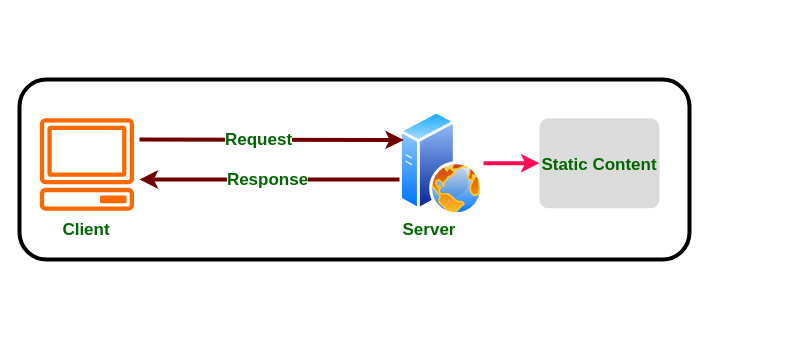
Dhruv9066/Assignment keeps this draw.io diagram as page "Servlet" (3 of 3) of AWS.drawio. Above is the earlier version. Source tidied: cells renumbered, new cells numbered last; positions are measured from the earlier drawing's top-left corner, leaving out a move shared by most shapes. Both pictures are drawn from the tidied source at 100%, with x=0, y=0 at pixel (19, 79).
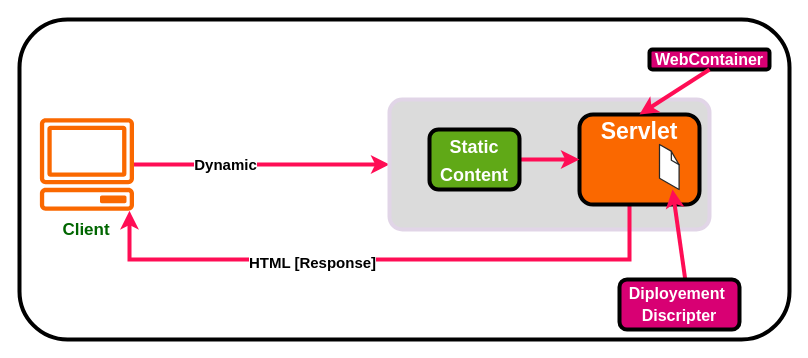
The same diagram, later.

The change refers to these unchanged cells:
```xml
<mxCell id="5" style="sketch=0;outlineConnect=0;fontColor=#232F3E;gradientColor=none;fillColor=#FA6800;strokeColor=none;dashed=0;verticalLabelPosition=bottom;verticalAlign=top;align=center;html=1;fontSize=12;fontStyle=0;shape=mxgraph.aws4.client;strokeWidth=4;" parent="1" vertex="1">
  <mxGeometry x="20" y="38.8" width="94.9" height="92.5" as="geometry" />
</mxCell>
```

Change to the diagram source:
```diff
@@
     <mxCell id="2" style="rounded=1;whiteSpace=wrap;html=1;strokeWidth=4;" parent="1" vertex="1">
-      <mxGeometry width="670" height="180" as="geometry" />
+      <mxGeometry y="-60" width="770" height="320" as="geometry" />
     </mxCell>
-    <mxCell id="3" style="edgeStyle=orthogonalEdgeStyle;rounded=0;jettySize=auto;html=1;entryX=0;entryY=0.5;entryDx=0;entryDy=0;strokeWidth=4;fontSize=17;fontColor=#006600;strokeColor=#FF0D55;" parent="1" edge="1" source="4" target="10">
-      <mxGeometry relative="1" as="geometry" />
-    </mxCell>
-    <mxCell id="4" style="perimeter=ellipsePerimeter;html=1;align=center;shadow=0;dashed=0;spacingTop=3;image;image=img/lib/active_directory/web_server.svg;strokeWidth=4;" parent="1" vertex="1">
-      <mxGeometry x="380" y="31.2" width="84" height="105" as="geometry" />
-    </mxCell>
+    <mxCell id="13" style="edgeStyle=orthogonalEdgeStyle;rounded=0;jettySize=auto;html=1;entryX=0;entryY=0.5;entryDx=0;entryDy=0;strokeColor=#FF0D55;strokeWidth=4;fontSize=23;fontColor=#FFFFFF;" parent="1" edge="1" source="5" target="15">
+      <mxGeometry relative="1" as="geometry" />
+    </mxCell>
+    <mxCell id="14" value="&lt;font size=&quot;1&quot; color=&quot;#000000&quot;&gt;&lt;b style=&quot;font-size: 15px;&quot;&gt;Dynamic&lt;/b&gt;&lt;/font&gt;" style="edgeLabel;html=1;align=center;verticalAlign=middle;fontSize=23;fontColor=#FFFFFF;" parent="13" vertex="1">
+      <mxGeometry x="-0.29" y="3" relative="1" as="geometry" />
+    </mxCell>
@@
-    <mxCell id="6" style="endArrow=classic;html=1;rounded=0;strokeWidth=4;entryX=0;entryY=0.25;entryDx=0;entryDy=0;fillColor=#a20025;strokeColor=#6F0000;" parent="1" edge="1" target="4">
-      <mxGeometry relative="1" as="geometry">
-        <mxPoint x="120" y="60" as="sourcePoint" />
-      </mxGeometry>
-    </mxCell>
-    <mxCell id="7" value="&lt;font color=&quot;#006600&quot; style=&quot;font-size: 17px;&quot;&gt;&lt;b style=&quot;&quot;&gt;Request&lt;/b&gt;&lt;/font&gt;" style="edgeLabel;html=1;align=center;verticalAlign=middle;" parent="6" vertex="1">
-      <mxGeometry x="-0.22" relative="1" as="geometry">
-        <mxPoint x="16" as="offset" />
-      </mxGeometry>
-    </mxCell>
-    <mxCell id="8" style="endArrow=classic;html=1;rounded=0;strokeWidth=4;fillColor=#a20025;strokeColor=#6F0000;" parent="1" edge="1">
-      <mxGeometry relative="1" as="geometry">
-        <mxPoint x="380" y="100" as="sourcePoint" />
-        <mxPoint x="120" y="100" as="targetPoint" />
-      </mxGeometry>
-    </mxCell>
-    <mxCell id="9" value="&lt;b&gt;Response&lt;/b&gt;" style="edgeLabel;html=1;align=center;verticalAlign=middle;fontSize=17;fontColor=#006600;" parent="8" vertex="1">
-      <mxGeometry x="0.25" relative="1" as="geometry">
-        <mxPoint x="30" as="offset" />
-      </mxGeometry>
-    </mxCell>
+    <mxCell id="11" value="&lt;b&gt;Client&lt;/b&gt;" style="text;html=1;strokeColor=none;fillColor=none;align=center;verticalAlign=middle;whiteSpace=wrap;rounded=0;fontSize=17;fontColor=#006600;" parent="1" vertex="1">
+      <mxGeometry x="37" y="136" width="60" height="30" as="geometry" />
+    </mxCell>
+    <mxCell id="15" style="rounded=1;arcSize=10;strokeColor=#E1D5E7;fillColor=#DBDBDB;gradientColor=none;strokeWidth=4;fontSize=17;fontColor=#006600;" parent="1" vertex="1">
+      <mxGeometry x="370" y="20" width="320" height="130" as="geometry" />
+    </mxCell>
+    <mxCell id="16" style="edgeStyle=orthogonalEdgeStyle;rounded=0;jettySize=auto;html=1;strokeColor=#FF0D55;strokeWidth=4;fontSize=23;fontColor=#FFFFFF;" parent="1" edge="1" source="18" target="5">
+      <mxGeometry relative="1" as="geometry">
+        <Array as="points">
+          <mxPoint x="610" y="180" />
+          <mxPoint x="110" y="180" />
+        </Array>
+      </mxGeometry>
+    </mxCell>
+    <mxCell id="17" value="&lt;font style=&quot;font-size: 15px;&quot;&gt;&lt;b&gt;HTML [Response]&lt;/b&gt;&lt;/font&gt;" style="edgeLabel;html=1;align=center;verticalAlign=middle;fontSize=23;fontColor=#000000;" parent="16" vertex="1">
+      <mxGeometry x="0.1" relative="1" as="geometry">
+        <mxPoint x="-41" as="offset" />
+      </mxGeometry>
+    </mxCell>
+    <mxCell id="18" value="&lt;font size=&quot;1&quot; color=&quot;#ffffff&quot;&gt;&lt;b style=&quot;font-size: 23px;&quot;&gt;Servlet&lt;br&gt;&lt;br&gt;&lt;br&gt;&lt;/b&gt;&lt;/font&gt;" style="rounded=1;whiteSpace=wrap;html=1;strokeWidth=4;fontSize=17;fontColor=#006600;fillColor=#FA6800;" parent="1" vertex="1">
+      <mxGeometry x="560" y="35" width="120" height="90" as="geometry" />
+    </mxCell>
+    <mxCell id="19" style="edgeStyle=orthogonalEdgeStyle;rounded=0;jettySize=auto;html=1;entryX=0;entryY=0.5;entryDx=0;entryDy=0;strokeColor=#FF0D55;strokeWidth=4;fontSize=23;fontColor=#FFFFFF;" parent="1" edge="1" source="10" target="18">
+      <mxGeometry relative="1" as="geometry" />
+    </mxCell>
-    <mxCell id="10" value="Static Content" style="rounded=1;arcSize=10;strokeColor=none;fillColor=#DBDBDB;gradientColor=none;strokeWidth=4;fontSize=17;fontColor=#006600;fontStyle=1;" parent="1" vertex="1">
-      <mxGeometry x="520" y="38.8" width="120" height="90" as="geometry" />
+    <mxCell id="10" value="&lt;font style=&quot;font-size: 18px;&quot;&gt;&lt;b&gt;Static&lt;br&gt;Content&lt;/b&gt;&lt;br&gt;&lt;/font&gt;" style="rounded=1;whiteSpace=wrap;html=1;strokeWidth=4;fontSize=23;fontColor=#ffffff;fillColor=#60a917;strokeColor=#000000;" parent="1" vertex="1">
+      <mxGeometry x="410" y="50" width="90" height="60" as="geometry" />
     </mxCell>
-    <mxCell id="11" value="&lt;b&gt;Client&lt;/b&gt;" style="text;html=1;strokeColor=none;fillColor=none;align=center;verticalAlign=middle;whiteSpace=wrap;rounded=0;fontSize=17;fontColor=#006600;" parent="1" vertex="1">
-      <mxGeometry x="37" y="136" width="60" height="30" as="geometry" />
-    </mxCell>
-    <mxCell id="12" value="&lt;b&gt;Server&lt;/b&gt;" style="text;html=1;strokeColor=none;fillColor=none;align=center;verticalAlign=middle;whiteSpace=wrap;rounded=0;fontSize=17;fontColor=#006600;" parent="1" vertex="1">
-      <mxGeometry x="380" y="136" width="60" height="30" as="geometry" />
-    </mxCell>
+    <mxCell id="20" value="&lt;b&gt;&lt;font style=&quot;font-size: 16px;&quot;&gt;WebContainer&lt;/font&gt;&lt;/b&gt;" style="rounded=1;whiteSpace=wrap;html=1;strokeColor=#000000;strokeWidth=4;fontSize=18;fontColor=#ffffff;fillColor=#d80073;" parent="1" vertex="1">
+      <mxGeometry x="630" y="-30" width="120" height="20" as="geometry" />
+    </mxCell>
+    <mxCell id="21" style="endArrow=classic;html=1;rounded=0;strokeColor=#FF0D55;strokeWidth=4;fontSize=18;fontColor=#000000;entryX=0.5;entryY=0;entryDx=0;entryDy=0;exitX=0.5;exitY=1;exitDx=0;exitDy=0;" parent="1" edge="1" source="20" target="18">
+      <mxGeometry relative="1" as="geometry" />
+    </mxCell>
+    <mxCell id="22" style="verticalLabelPosition=bottom;html=1;verticalAlign=top;strokeWidth=10;align=center;outlineConnect=0;dashed=0;outlineConnect=0;shape=mxgraph.aws3d.file;strokeColor=#292929;fontSize=16;fontColor=#000000;fillColor=#FFFFFF;" parent="1" vertex="1">
+      <mxGeometry x="640" y="65" width="19.6" height="45" as="geometry" />
+    </mxCell>
+    <mxCell id="23" style="endArrow=classic;html=1;rounded=0;strokeColor=#FF0D55;strokeWidth=4;fontSize=16;fontColor=#000000;" parent="1" edge="1" target="22">
+      <mxGeometry relative="1" as="geometry">
+        <mxPoint x="670" y="230" as="sourcePoint" />
+      </mxGeometry>
+    </mxCell>
+    <mxCell id="24" value="&lt;b&gt;&lt;font style=&quot;font-size: 16px;&quot;&gt;Diployement&amp;nbsp;&lt;br&gt;Discripter&lt;br&gt;&lt;/font&gt;&lt;/b&gt;" style="rounded=1;whiteSpace=wrap;html=1;strokeColor=#000000;strokeWidth=4;fontSize=18;fontColor=#ffffff;fillColor=#d80073;" parent="1" vertex="1">
+      <mxGeometry x="600" y="200" width="120" height="50" as="geometry" />
+    </mxCell>
```
